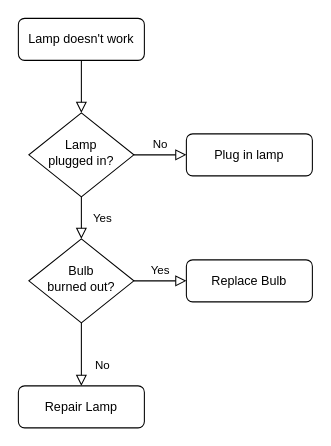
Before: cryptosystems.drawio in ComradOrg/Comrad, a draw.io diagram. Source tidied: cells renumbered, new cells numbered last; positions are measured from the earlier drawing's top-left corner, leaving out a move shared by most shapes. Both pictures are drawn from the tidied source at 105%, with x=0, y=0 at pixel (18, 18).
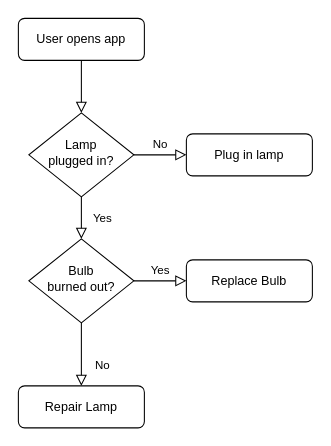
After the change.

Change to the diagram source:
```diff
@@
 <mxGraphModel>
   <root>
     <mxCell id="0" />
     <mxCell id="1" parent="0" />
     <mxCell id="2" style="rounded=0;html=1;jettySize=auto;fontSize=11;endArrow=block;endFill=0;endSize=8;strokeWidth=1;shadow=0;labelBackgroundColor=none;edgeStyle=orthogonalEdgeStyle;" parent="1" edge="1" source="3" target="6">
       <mxGeometry relative="1" as="geometry" />
     </mxCell>
-    <mxCell id="3" value="Lamp doesn't work" style="rounded=1;whiteSpace=wrap;html=1;fontSize=12;glass=0;strokeWidth=1;shadow=0;" parent="1" vertex="1">
+    <mxCell id="3" value="User opens app" style="rounded=1;whiteSpace=wrap;html=1;fontSize=12;glass=0;strokeWidth=1;shadow=0;" parent="1" vertex="1">
       <mxGeometry width="120" height="40" as="geometry" />
     </mxCell>
     <mxCell id="4" value="Yes" style="rounded=0;html=1;jettySize=auto;fontSize=11;endArrow=block;endFill=0;endSize=8;strokeWidth=1;shadow=0;labelBackgroundColor=none;edgeStyle=orthogonalEdgeStyle;" parent="1" edge="1" source="6" target="10">
       <mxGeometry y="20" relative="1" as="geometry" />
     </mxCell>
     <mxCell id="5" value="No" style="edgeStyle=orthogonalEdgeStyle;rounded=0;html=1;jettySize=auto;fontSize=11;endArrow=block;endFill=0;endSize=8;strokeWidth=1;shadow=0;labelBackgroundColor=none;" parent="1" edge="1" source="6" target="7">
       <mxGeometry y="10" relative="1" as="geometry" />
     </mxCell>
     <mxCell id="6" value="Lamp&lt;br&gt;plugged in?" style="rhombus;whiteSpace=wrap;html=1;shadow=0;fontFamily=Helvetica;fontSize=12;align=center;strokeWidth=1;spacing=6;spacingTop=-4;" parent="1" vertex="1">
       <mxGeometry x="10" y="90" width="100" height="80" as="geometry" />
     </mxCell>
     <mxCell id="7" value="Plug in lamp" style="rounded=1;whiteSpace=wrap;html=1;fontSize=12;glass=0;strokeWidth=1;shadow=0;" parent="1" vertex="1">
       <mxGeometry x="160" y="110" width="120" height="40" as="geometry" />
     </mxCell>
     <mxCell id="8" value="No" style="rounded=0;html=1;jettySize=auto;fontSize=11;endArrow=block;endFill=0;endSize=8;strokeWidth=1;shadow=0;labelBackgroundColor=none;edgeStyle=orthogonalEdgeStyle;" parent="1" edge="1" source="10" target="11">
       <mxGeometry x="0.33" y="20" relative="1" as="geometry" />
     </mxCell>
     <mxCell id="9" value="Yes" style="edgeStyle=orthogonalEdgeStyle;rounded=0;html=1;jettySize=auto;fontSize=11;endArrow=block;endFill=0;endSize=8;strokeWidth=1;shadow=0;labelBackgroundColor=none;" parent="1" edge="1" source="10" target="12">
       <mxGeometry y="10" relative="1" as="geometry" />
     </mxCell>
     <mxCell id="10" value="Bulb&lt;br&gt;burned out?" style="rhombus;whiteSpace=wrap;html=1;shadow=0;fontFamily=Helvetica;fontSize=12;align=center;strokeWidth=1;spacing=6;spacingTop=-4;" parent="1" vertex="1">
       <mxGeometry x="10" y="210" width="100" height="80" as="geometry" />
     </mxCell>
     <mxCell id="11" value="Repair Lamp" style="rounded=1;whiteSpace=wrap;html=1;fontSize=12;glass=0;strokeWidth=1;shadow=0;" parent="1" vertex="1">
       <mxGeometry y="350" width="120" height="40" as="geometry" />
     </mxCell>
     <mxCell id="12" value="Replace Bulb" style="rounded=1;whiteSpace=wrap;html=1;fontSize=12;glass=0;strokeWidth=1;shadow=0;" parent="1" vertex="1">
       <mxGeometry x="160" y="230" width="120" height="40" as="geometry" />
     </mxCell>
   </root>
 </mxGraphModel>
```
